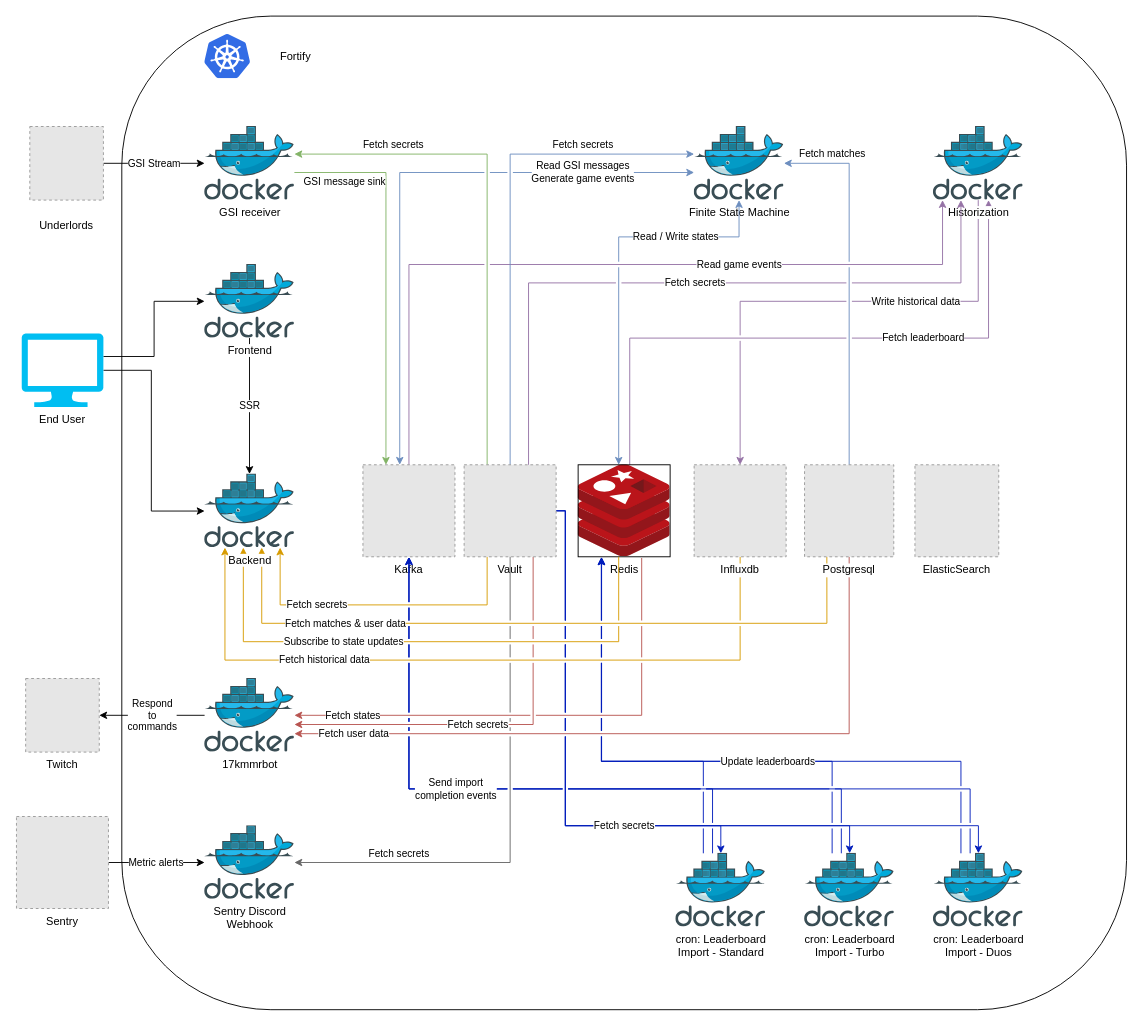
Before: page "Architecture" (1 of 2) of architecture.drawio in Fortify-Labs/Fortify, a draw.io diagram. Source tidied: cells renumbered, new cells numbered last; positions are measured from the earlier drawing's top-left corner, leaving out a move shared by most shapes. Both pictures are drawn from the tidied source at 92%, with x=0, y=0 at pixel (16, 16). Pictures stored in the file or linked from it are replaced by grey dashed boxes.
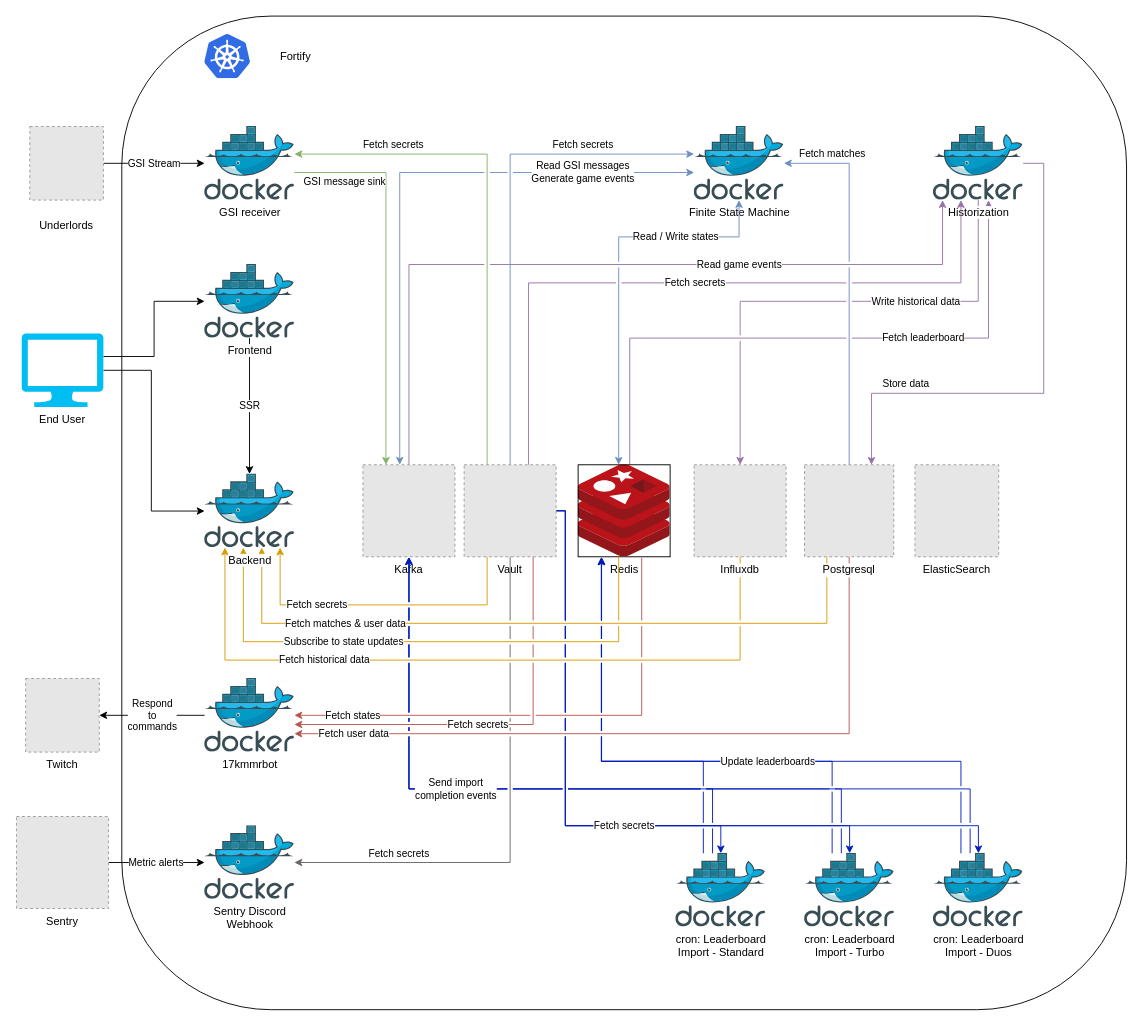
Above is the later version.

The change refers to these unchanged cells:
```xml
<mxCell id="28" value="Historization" style="html=1;points=[];align=center;image;fontSize=12;image=img/lib/mscae/Docker.svg;" parent="1" vertex="1">
  <mxGeometry x="997" y="120" width="97.6" height="80" as="geometry" />
</mxCell>
<mxCell id="54" value="Postgresql" style="fillColor=#E6E6E6;strokeColor=#999999;dashed=1;verticalLabelPosition=bottom;labelBackgroundColor=#ffffff;verticalAlign=top;" parent="1" vertex="1">
  <mxGeometry x="857" y="487.7" width="97" height="100" as="geometry" />
</mxCell>
```

What changed in the source:
```diff
@@
+    <mxCell id="58" value="Store data" style="edgeStyle=orthogonalEdgeStyle;rounded=0;jettySize=auto;html=1;entryX=0.75;entryY=0;entryDx=0;entryDy=0;fillColor=#e1d5e7;strokeColor=#9673a6;" parent="1" edge="1" source="28" target="54">
+      <mxGeometry x="0.57" y="-10" relative="1" as="geometry">
+        <Array as="points">
+          <mxPoint x="1117" y="160" />
+          <mxPoint x="1117" y="410" />
+          <mxPoint x="930" y="410" />
+        </Array>
+      </mxGeometry>
+    </mxCell>
```
